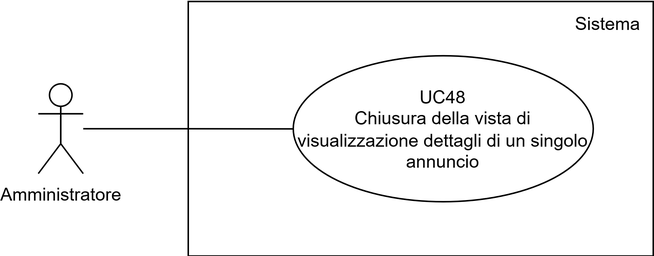
This is assets/use_cases/UC48.png from SWEatUNIPD/docs, a draw.io export, as it was before one commit. Source tidied: cells renumbered, new cells last; positions are measured from the earlier drawing's top-left corner, leaving out a move shared by most shapes.
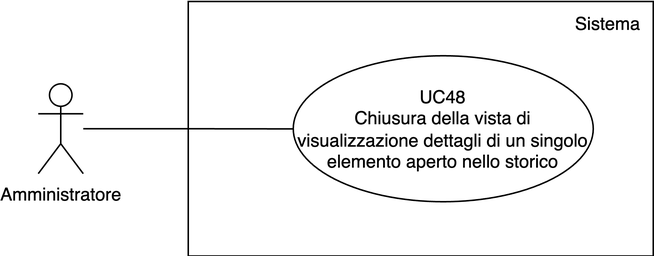
After the commit.

What changed in the source:
```diff
@@ -11,7 +11,7 @@
     <mxCell id="4" value="Amministratore" style="shape=umlActor;verticalLabelPosition=bottom;verticalAlign=top;html=1;outlineConnect=0;" parent="1" vertex="1">
       <mxGeometry y="55.5" width="30" height="60" as="geometry" />
     </mxCell>
-    <mxCell id="5" value="UC48&lt;div&gt;Chiusura della vista di visualizzazione dettagli di un singolo annuncio&lt;/div&gt;" style="ellipse;whiteSpace=wrap;html=1;fillColor=none;" parent="1" vertex="1">
+    <mxCell id="5" value="UC48&lt;div&gt;Chiusura della vista di visualizzazione dettagli di un singolo elemento aperto nello storico&lt;/div&gt;" style="ellipse;whiteSpace=wrap;html=1;fillColor=none;" parent="1" vertex="1">
       <mxGeometry x="170" y="36.8" width="200" height="97.5" as="geometry" />
     </mxCell>
     <mxCell id="6" value="Sistema" style="text;html=1;align=center;verticalAlign=middle;whiteSpace=wrap;rounded=0;" parent="1" vertex="1">
```
